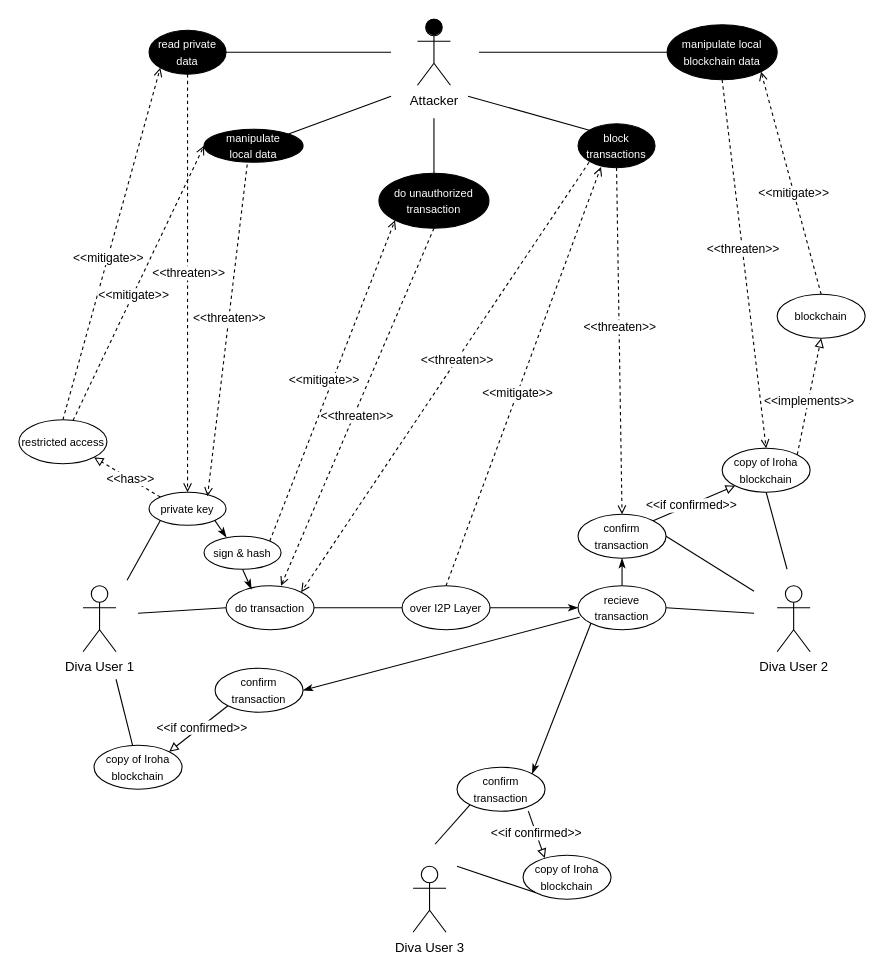
Earlier version of the draw.io diagram AbuseCases.drawio (cailllev/Bachelor-Thesis). Source tidied: cells renumbered, new cells numbered last; positions are measured from the earlier drawing's top-left corner, leaving out a move shared by most shapes. Both pictures are drawn from the tidied source at 110%, with x=0, y=0 at pixel (19, 19).
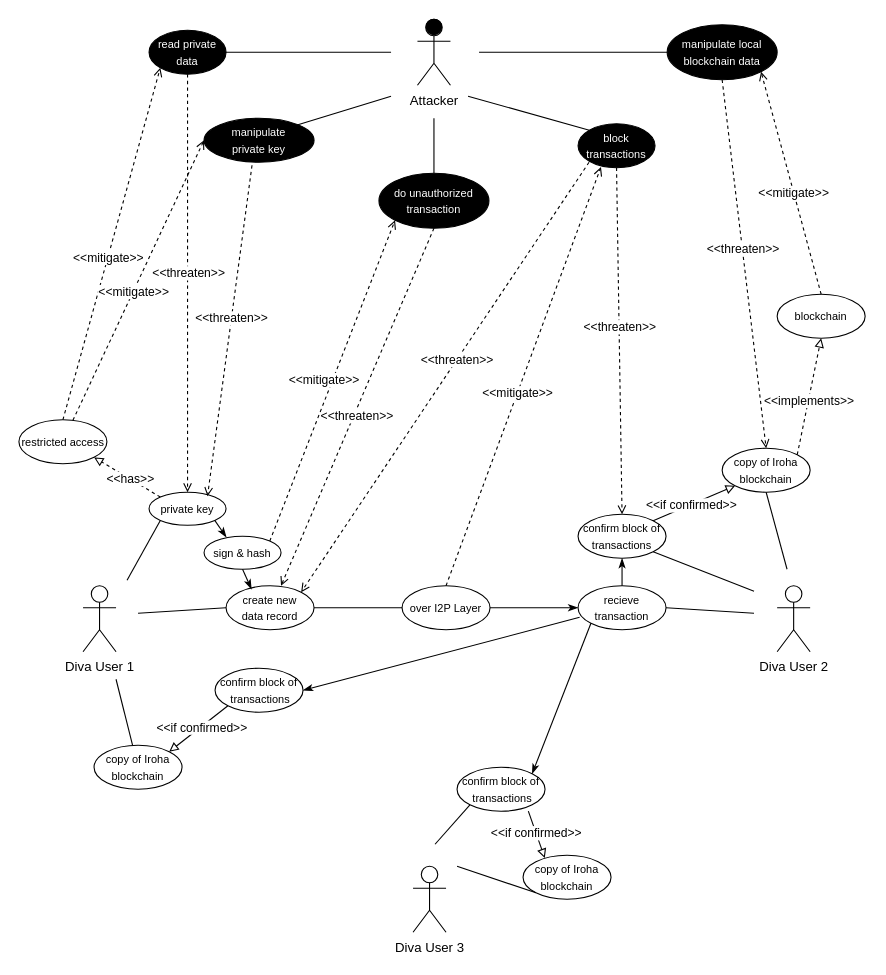
The same diagram, later.

Commit message (it also covers changes not shown here):
update diagrams according to feedback

Diff of the diagram source:
```diff
@@
-    <mxCell id="21" value="&lt;span style=&quot;font-size: 10px&quot;&gt;do transaction&lt;/span&gt;" style="ellipse;whiteSpace=wrap;html=1;fillColor=#FFFFFF;" parent="1" vertex="1">
+    <mxCell id="21" value="&lt;span style=&quot;font-size: 10px&quot;&gt;create new &lt;br&gt;data record&lt;/span&gt;" style="ellipse;whiteSpace=wrap;html=1;fillColor=#FFFFFF;" parent="1" vertex="1">
       <mxGeometry x="188" y="515" width="80" height="40" as="geometry" />
     </mxCell>
@@
-    <mxCell id="28" value="&lt;span style=&quot;font-size: 10px&quot;&gt;manipulate local&amp;nbsp;data&lt;/span&gt;" style="ellipse;whiteSpace=wrap;html=1;fillColor=#000000;fontColor=#FFFFFF;" parent="1" vertex="1">
-      <mxGeometry x="168" y="100" width="90" height="30" as="geometry" />
+    <mxCell id="28" value="&lt;span style=&quot;font-size: 10px&quot;&gt;manipulate &lt;br&gt;private key&lt;/span&gt;" style="ellipse;whiteSpace=wrap;html=1;fillColor=#000000;fontColor=#FFFFFF;" parent="1" vertex="1">
+      <mxGeometry x="168" y="90" width="100" height="40" as="geometry" />
     </mxCell>
@@
-    <mxCell id="47" value="&lt;span style=&quot;font-size: 10px&quot;&gt;confirm transaction&lt;/span&gt;" style="ellipse;whiteSpace=wrap;html=1;fillColor=#FFFFFF;" parent="1" vertex="1">
+    <mxCell id="47" value="&lt;span style=&quot;font-size: 10px&quot;&gt;confirm&amp;nbsp;&lt;/span&gt;&lt;span style=&quot;font-size: 10px&quot;&gt;block of&lt;/span&gt;&lt;span style=&quot;font-size: 10px&quot;&gt;&lt;br&gt;&amp;nbsp;transactions&lt;/span&gt;" style="ellipse;whiteSpace=wrap;html=1;fillColor=#FFFFFF;" parent="1" vertex="1">
       <mxGeometry x="398" y="680" width="80" height="40" as="geometry" />
     </mxCell>
@@
-    <mxCell id="49" value="&lt;span style=&quot;font-size: 10px&quot;&gt;confirm transaction&lt;/span&gt;" style="ellipse;whiteSpace=wrap;html=1;fillColor=#FFFFFF;" parent="1" vertex="1">
+    <mxCell id="49" value="&lt;span style=&quot;font-size: 10px&quot;&gt;confirm&amp;nbsp;&lt;/span&gt;&lt;span style=&quot;font-size: 10px&quot;&gt;block of&lt;/span&gt;&lt;span style=&quot;font-size: 10px&quot;&gt;&lt;br&gt;&amp;nbsp;transactions&lt;/span&gt;" style="ellipse;whiteSpace=wrap;html=1;fillColor=#FFFFFF;" parent="1" vertex="1">
       <mxGeometry x="178" y="590" width="80" height="40" as="geometry" />
     </mxCell>
-    <mxCell id="50" value="&lt;span style=&quot;font-size: 10px&quot;&gt;confirm transaction&lt;/span&gt;" style="ellipse;whiteSpace=wrap;html=1;fillColor=#FFFFFF;" parent="1" vertex="1">
+    <mxCell id="50" value="&lt;span style=&quot;font-size: 10px&quot;&gt;confirm block of transactions&lt;/span&gt;" style="ellipse;whiteSpace=wrap;html=1;fillColor=#FFFFFF;" parent="1" vertex="1">
       <mxGeometry x="508" y="450" width="80" height="40" as="geometry" />
     </mxCell>
-    <mxCell id="51" style="endArrow=none;html=1;entryX=1;entryY=0.5;entryDx=0;entryDy=0;" parent="1" edge="1" target="50">
+    <mxCell id="51" style="endArrow=none;html=1;entryX=1;entryY=1;entryDx=0;entryDy=0;" parent="1" edge="1" target="50">
       <mxGeometry relative="1" as="geometry">
         <mxPoint x="668" y="520" as="sourcePoint" />
       </mxGeometry>
     </mxCell>
```
